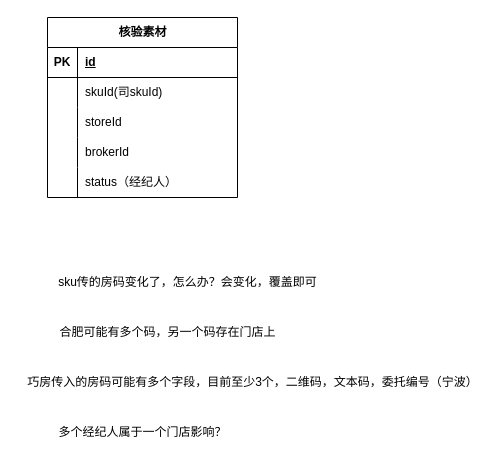
This is page "表" (4 of 6) of 设计文档/政府核验sku化.drawio from guyukou/drawio, a draw.io file, before an edit. Source tidied: cells renumbered, new cells numbered last; positions are measured from the earlier drawing's top-left corner, leaving out a move shared by most shapes. Both pictures are drawn from the tidied source at 100%, with x=0, y=0 at pixel (17, 17).
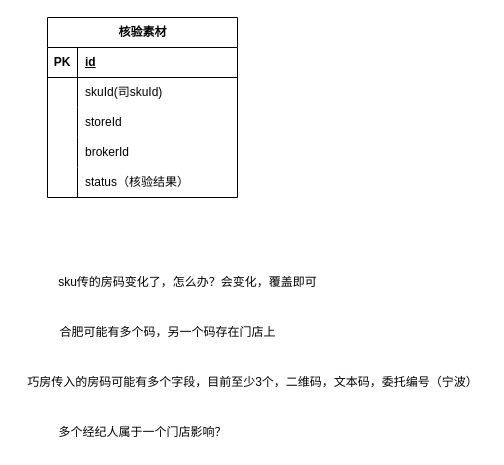
After the change.

Unchanged cells that the change refers to:
```xml
<mxCell id="15" style="shape=tableRow;horizontal=0;startSize=0;swimlaneHead=0;swimlaneBody=0;fillColor=none;top=0;left=0;right=0;bottom=0;" parent="2" vertex="1">
  <mxGeometry y="150" width="190" height="30" as="geometry" />
</mxCell>
```

The edit, as a diff of the source:
```diff
@@
-    <mxCell id="17" value="status（经纪人）" style="shape=partialRectangle;fillColor=none;top=0;left=0;bottom=0;right=0;align=left;spacingLeft=6;overflow=hidden;whiteSpace=wrap;html=1;" parent="15" vertex="1">
+    <mxCell id="17" value="status（核验结果）" style="shape=partialRectangle;fillColor=none;top=0;left=0;bottom=0;right=0;align=left;spacingLeft=6;overflow=hidden;whiteSpace=wrap;html=1;" parent="15" vertex="1">
       <mxGeometry x="30" width="160" height="30" as="geometry" />
     </mxCell>
```
